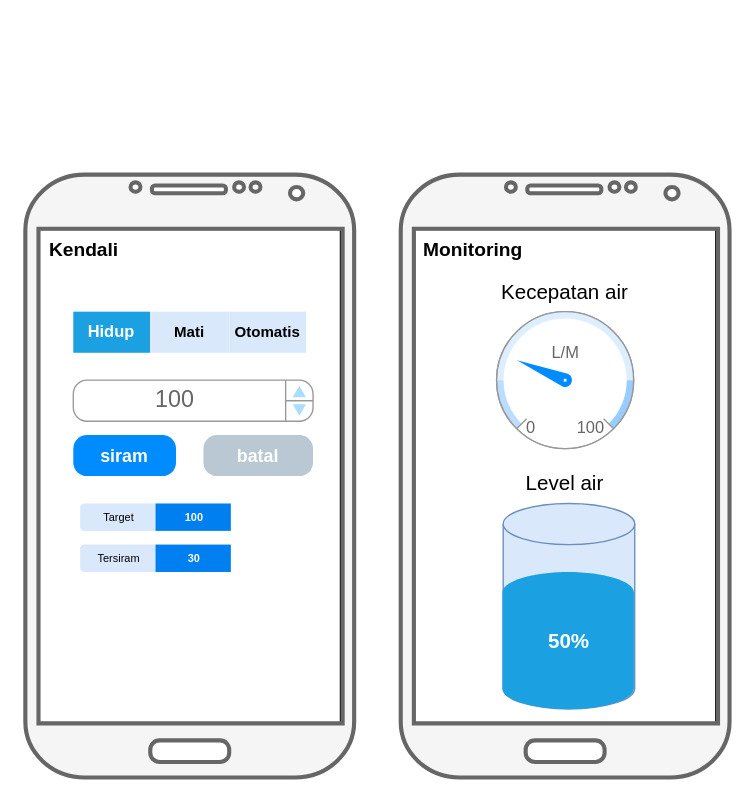
The draw.io diagram project/UI-UX/ui.drawio in syukrillah0108/smawa, before the edit. Source tidied: cells renumbered, new cells numbered last; positions are measured from the earlier drawing's top-left corner, leaving out a move shared by most shapes. Both pictures are drawn from the tidied source at 137%, with x=0, y=0 at pixel (25, 174).
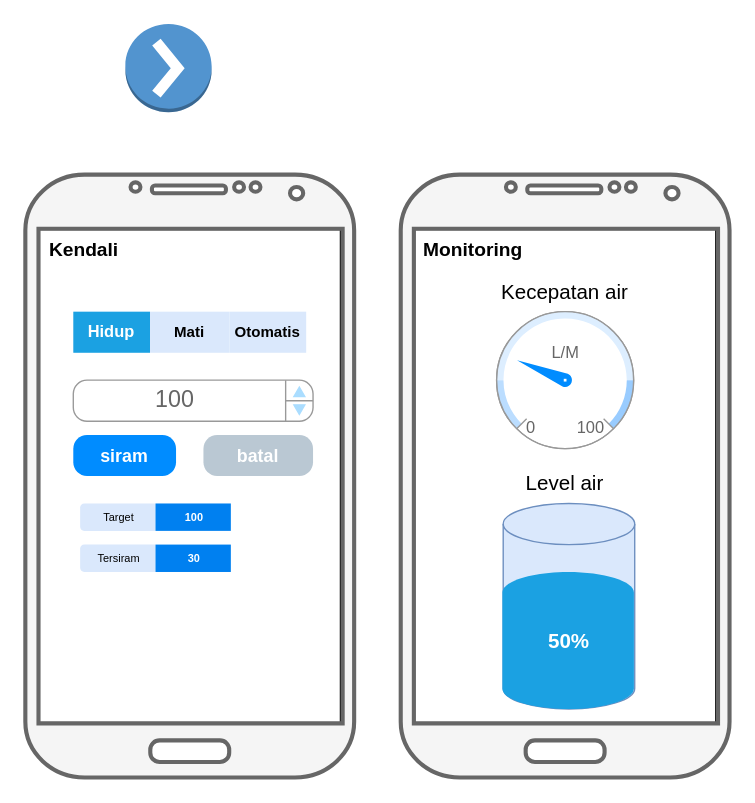
The same page after the edit.

The edit, as a diff of the source:
```diff
@@
+    <mxCell id="31" style="dashed=0;verticalLabelPosition=bottom;verticalAlign=top;align=center;html=1;shape=mxgraph.aws3.action;fillColor=#5294CF;gradientColor=none;" parent="1" vertex="1">
+      <mxGeometry x="73" y="-110" width="63" height="64.5" as="geometry" />
+    </mxCell>
```
